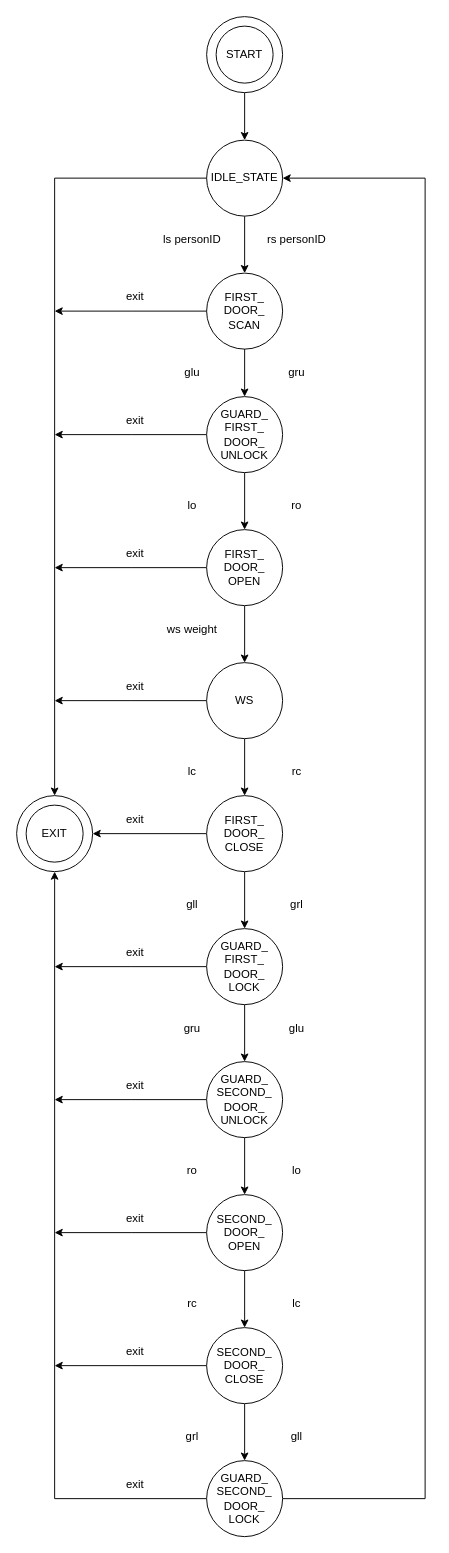
This is Optimized State Diagram.drawio from hphamPotat/CST8244_Assign1, a draw.io file, before an edit. Source tidied: cells renumbered, new cells numbered last; positions are measured from the earlier drawing's top-left corner, leaving out a move shared by most shapes. Both pictures are drawn from the tidied source at 95%, with x=0, y=0 at pixel (16, 16).
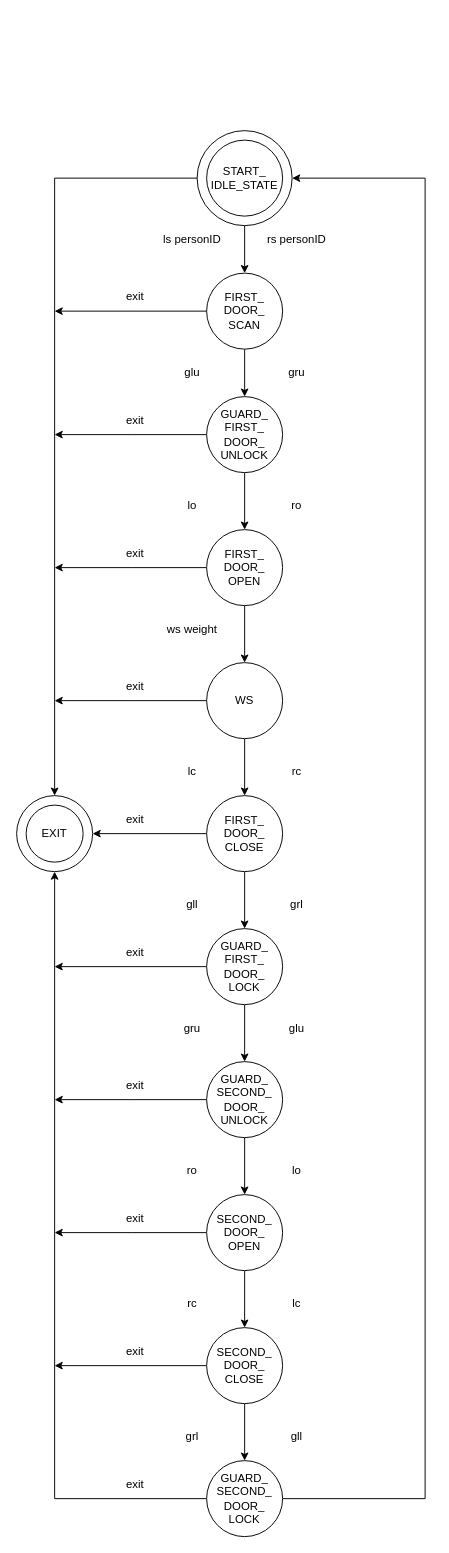
The same page after the edit.

Commit message:
update state diagram

The change refers to these unchanged cells:
```xml
<mxCell id="7" value="FIRST_&lt;br&gt;DOOR_&lt;br&gt;SCAN" style="ellipse;whiteSpace=wrap;html=1;" parent="1" vertex="1">
  <mxGeometry x="200" y="270" width="80" height="80" as="geometry" />
</mxCell>
<mxCell id="51" value="GUARD_&lt;br&gt;SECOND_&lt;br&gt;DOOR_&lt;br&gt;LOCK" style="ellipse;whiteSpace=wrap;html=1;" parent="1" vertex="1">
  <mxGeometry x="200" y="1520" width="80" height="80" as="geometry" />
</mxCell>
<mxCell id="57" style="ellipse;whiteSpace=wrap;html=1;" parent="1" vertex="1">
  <mxGeometry y="820" width="80" height="80" as="geometry" />
</mxCell>
```

The edit, as a diff of the source:
```diff
@@
-    <mxCell id="2" style="edgeStyle=orthogonalEdgeStyle;rounded=0;jettySize=auto;html=1;" parent="1" edge="1" source="3" target="56">
-      <mxGeometry relative="1" as="geometry" />
-    </mxCell>
     <mxCell id="3" style="ellipse;whiteSpace=wrap;html=1;" parent="1" vertex="1">
-      <mxGeometry x="200" width="80" height="80" as="geometry" />
+      <mxGeometry x="190" y="120" width="100" height="100" as="geometry" />
     </mxCell>
-    <mxCell id="4" value="START" style="ellipse;whiteSpace=wrap;html=1;" parent="1" vertex="1">
-      <mxGeometry x="210" y="10" width="60" height="60" as="geometry" />
-    </mxCell>
@@
-    <mxCell id="49" style="edgeStyle=orthogonalEdgeStyle;rounded=0;jettySize=auto;html=1;exitX=1;exitY=0.5;exitDx=0;exitDy=0;entryX=1;entryY=0.5;entryDx=0;entryDy=0;" parent="1" edge="1" source="51" target="56">
+    <mxCell id="49" style="edgeStyle=orthogonalEdgeStyle;rounded=0;jettySize=auto;html=1;exitX=1;exitY=0.5;exitDx=0;exitDy=0;entryX=1;entryY=0.5;entryDx=0;entryDy=0;" parent="1" edge="1" source="51" target="3">
       <mxGeometry relative="1" as="geometry">
         <Array as="points">
           <mxPoint x="430" y="1560" />
           <mxPoint x="430" y="170" />
         </Array>
       </mxGeometry>
     </mxCell>
@@
-    <mxCell id="54" style="edgeStyle=orthogonalEdgeStyle;rounded=0;jettySize=auto;html=1;" parent="1" edge="1" source="56" target="7">
+    <mxCell id="54" style="edgeStyle=orthogonalEdgeStyle;rounded=0;jettySize=auto;html=1;exitX=0.5;exitY=1;exitDx=0;exitDy=0;" parent="1" edge="1" source="3" target="7">
       <mxGeometry relative="1" as="geometry" />
     </mxCell>
-    <mxCell id="55" style="edgeStyle=orthogonalEdgeStyle;rounded=0;jettySize=auto;html=1;exitX=0;exitY=0.5;exitDx=0;exitDy=0;entryX=0.5;entryY=0;entryDx=0;entryDy=0;" parent="1" edge="1" source="56" target="57">
+    <mxCell id="55" style="edgeStyle=orthogonalEdgeStyle;rounded=0;jettySize=auto;html=1;entryX=0.5;entryY=0;entryDx=0;entryDy=0;exitX=0;exitY=0.5;exitDx=0;exitDy=0;" parent="1" edge="1" source="3" target="57">
       <mxGeometry relative="1" as="geometry" />
     </mxCell>
-    <mxCell id="56" value="IDLE_STATE" style="ellipse;whiteSpace=wrap;html=1;" parent="1" vertex="1">
+    <mxCell id="56" value="&lt;div&gt;START_&lt;/div&gt;&lt;div&gt;IDLE_STATE&lt;/div&gt;" style="ellipse;whiteSpace=wrap;html=1;" parent="1" vertex="1">
       <mxGeometry x="200" y="130" width="80" height="80" as="geometry" />
     </mxCell>
```
